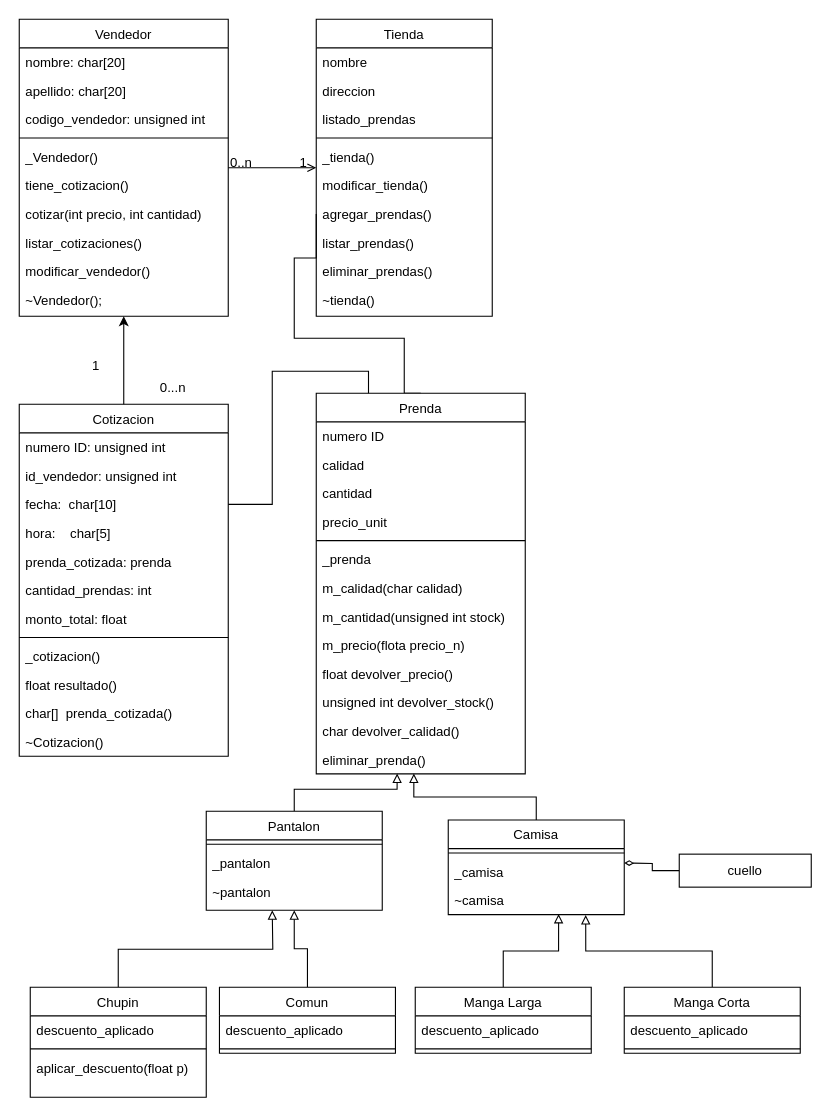
Santira243/PracticaQuark keeps this draw.io diagram as Diagrama_Clases.drawio. Above is the earlier version. Source tidied: cells renumbered, new cells numbered last; positions are measured from the earlier drawing's top-left corner, leaving out a move shared by most shapes. Both pictures are drawn from the tidied source at 110%, with x=0, y=0 at pixel (19, 19).
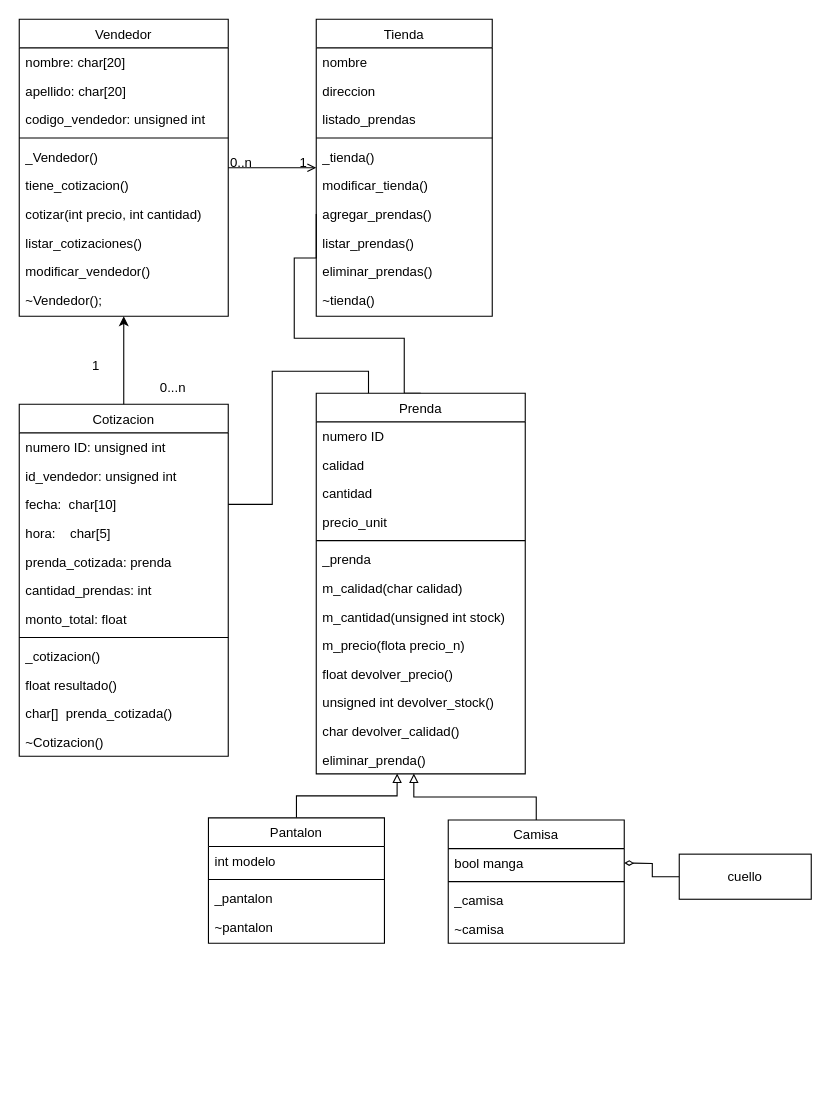
Above is the later version.

The edit, as a diff of the source:
```diff
@@
     <mxCell id="58" value="Pantalon" style="swimlane;fontStyle=0;align=center;verticalAlign=top;horizontal=1;startSize=26;rounded=0;shadow=0;strokeWidth=1;" parent="1" vertex="1">
-      <mxGeometry x="170" y="720" width="160" height="90" as="geometry" />
+      <mxGeometry x="172" y="726" width="160" height="114" as="geometry" />
     </mxCell>
+    <mxCell id="88" value="int modelo" style="text;align=left;verticalAlign=top;spacingLeft=4;spacingRight=4;overflow=hidden;rounded=0;shadow=0;html=0;" parent="58" vertex="1">
+      <mxGeometry y="26" width="160" height="26" as="geometry" />
+    </mxCell>
     <mxCell id="59" style="line;html=1;strokeWidth=1;align=left;verticalAlign=middle;spacingTop=-1;spacingLeft=3;spacingRight=3;labelPosition=right;" parent="58" vertex="1">
-      <mxGeometry y="26" width="160" height="8" as="geometry" />
+      <mxGeometry y="52" width="160" height="8" as="geometry" />
     </mxCell>
     <mxCell id="60" value="_pantalon" style="text;align=left;verticalAlign=top;spacingLeft=4;spacingRight=4;overflow=hidden;rounded=0;shadow=0;html=0;" parent="58" vertex="1">
-      <mxGeometry y="34" width="160" height="26" as="geometry" />
+      <mxGeometry y="60" width="160" height="26" as="geometry" />
     </mxCell>
     <mxCell id="61" value="~pantalon" style="text;align=left;verticalAlign=top;spacingLeft=4;spacingRight=4;overflow=hidden;rounded=0;shadow=0;html=0;" parent="58" vertex="1">
-      <mxGeometry y="60" width="160" height="26" as="geometry" />
+      <mxGeometry y="86" width="160" height="26" as="geometry" />
     </mxCell>
@@
     <mxCell id="63" value="Camisa" style="swimlane;fontStyle=0;align=center;verticalAlign=top;horizontal=1;startSize=26;rounded=0;shadow=0;strokeWidth=1;" parent="1" vertex="1">
-      <mxGeometry x="390" y="728" width="160" height="86" as="geometry" />
+      <mxGeometry x="390" y="728" width="160" height="112" as="geometry" />
     </mxCell>
+    <mxCell id="89" value="bool manga" style="text;align=left;verticalAlign=top;spacingLeft=4;spacingRight=4;overflow=hidden;rounded=0;shadow=0;html=0;" parent="63" vertex="1">
+      <mxGeometry y="26" width="160" height="26" as="geometry" />
+    </mxCell>
     <mxCell id="64" style="line;html=1;strokeWidth=1;align=left;verticalAlign=middle;spacingTop=-1;spacingLeft=3;spacingRight=3;labelPosition=right;" parent="63" vertex="1">
-      <mxGeometry y="26" width="160" height="8" as="geometry" />
+      <mxGeometry y="52" width="160" height="8" as="geometry" />
     </mxCell>
     <mxCell id="65" value="_camisa" style="text;align=left;verticalAlign=top;spacingLeft=4;spacingRight=4;overflow=hidden;rounded=0;shadow=0;html=0;" parent="63" vertex="1">
-      <mxGeometry y="34" width="160" height="26" as="geometry" />
+      <mxGeometry y="60" width="160" height="26" as="geometry" />
     </mxCell>
     <mxCell id="66" value="~camisa" style="text;align=left;verticalAlign=top;spacingLeft=4;spacingRight=4;overflow=hidden;points=[[0,0.5],[1,0.5]];portConstraint=eastwest;rounded=0;shadow=0;html=0;" parent="63" vertex="1">
-      <mxGeometry y="60" width="160" height="26" as="geometry" />
+      <mxGeometry y="86" width="160" height="26" as="geometry" />
     </mxCell>
@@
     <mxCell id="70" value="cuello" style="rounded=0;whiteSpace=wrap;html=1;" parent="1" vertex="1">
-      <mxGeometry x="600" y="759" width="120" height="30" as="geometry" />
+      <mxGeometry x="600" y="759" width="120" height="41" as="geometry" />
     </mxCell>
-    <mxCell id="71" style="edgeStyle=orthogonalEdgeStyle;rounded=0;jettySize=auto;html=1;exitX=0.5;exitY=0;exitDx=0;exitDy=0;endArrow=block;endFill=0;" parent="1" edge="1" source="72">
-      <mxGeometry relative="1" as="geometry">
-        <mxPoint x="230" y="810" as="targetPoint" />
-      </mxGeometry>
-    </mxCell>
-    <mxCell id="72" value="Chupin" style="swimlane;fontStyle=0;align=center;verticalAlign=top;horizontal=1;startSize=26;rounded=0;shadow=0;strokeWidth=1;" parent="1" vertex="1">
-      <mxGeometry x="10" y="880" width="160" height="100" as="geometry" />
-    </mxCell>
-    <mxCell id="73" value="descuento_aplicado" style="text;align=left;verticalAlign=top;spacingLeft=4;spacingRight=4;overflow=hidden;rounded=0;shadow=0;html=0;" parent="72" vertex="1">
-      <mxGeometry y="26" width="160" height="26" as="geometry" />
-    </mxCell>
-    <mxCell id="74" style="line;html=1;strokeWidth=1;align=left;verticalAlign=middle;spacingTop=-1;spacingLeft=3;spacingRight=3;labelPosition=right;" parent="72" vertex="1">
-      <mxGeometry y="52" width="160" height="8" as="geometry" />
-    </mxCell>
-    <mxCell id="75" value="aplicar_descuento(float p)" style="text;align=left;verticalAlign=top;spacingLeft=4;spacingRight=4;overflow=hidden;rounded=0;shadow=0;html=0;" parent="72" vertex="1">
-      <mxGeometry y="60" width="160" height="26" as="geometry" />
-    </mxCell>
-    <mxCell id="76" style="edgeStyle=orthogonalEdgeStyle;rounded=0;jettySize=auto;html=1;exitX=0.5;exitY=0;exitDx=0;exitDy=0;entryX=0.5;entryY=1;entryDx=0;entryDy=0;endArrow=block;endFill=0;" parent="1" edge="1" source="77" target="58">
-      <mxGeometry relative="1" as="geometry" />
-    </mxCell>
-    <mxCell id="77" value="Comun" style="swimlane;fontStyle=0;align=center;verticalAlign=top;horizontal=1;startSize=26;rounded=0;shadow=0;strokeWidth=1;" parent="1" vertex="1">
-      <mxGeometry x="182" y="880" width="160" height="60" as="geometry" />
-    </mxCell>
-    <mxCell id="78" value="descuento_aplicado" style="text;align=left;verticalAlign=top;spacingLeft=4;spacingRight=4;overflow=hidden;rounded=0;shadow=0;html=0;" parent="77" vertex="1">
-      <mxGeometry y="26" width="160" height="26" as="geometry" />
-    </mxCell>
-    <mxCell id="79" style="line;html=1;strokeWidth=1;align=left;verticalAlign=middle;spacingTop=-1;spacingLeft=3;spacingRight=3;labelPosition=right;" parent="77" vertex="1">
-      <mxGeometry y="52" width="160" height="8" as="geometry" />
-    </mxCell>
-    <mxCell id="80" style="edgeStyle=orthogonalEdgeStyle;rounded=0;jettySize=auto;html=1;exitX=0.5;exitY=0;exitDx=0;exitDy=0;entryX=0.627;entryY=0.975;entryDx=0;entryDy=0;entryPerimeter=0;endArrow=block;endFill=0;" parent="1" edge="1" source="81" target="66">
-      <mxGeometry relative="1" as="geometry" />
-    </mxCell>
-    <mxCell id="81" value="Manga Larga" style="swimlane;fontStyle=0;align=center;verticalAlign=top;horizontal=1;startSize=26;rounded=0;shadow=0;strokeWidth=1;" parent="1" vertex="1">
-      <mxGeometry x="360" y="880" width="160" height="60" as="geometry" />
-    </mxCell>
-    <mxCell id="82" value="descuento_aplicado" style="text;align=left;verticalAlign=top;spacingLeft=4;spacingRight=4;overflow=hidden;rounded=0;shadow=0;html=0;" parent="81" vertex="1">
-      <mxGeometry y="26" width="160" height="26" as="geometry" />
-    </mxCell>
-    <mxCell id="83" style="line;html=1;strokeWidth=1;align=left;verticalAlign=middle;spacingTop=-1;spacingLeft=3;spacingRight=3;labelPosition=right;" parent="81" vertex="1">
-      <mxGeometry y="52" width="160" height="8" as="geometry" />
-    </mxCell>
-    <mxCell id="84" style="edgeStyle=orthogonalEdgeStyle;rounded=0;jettySize=auto;html=1;entryX=0.781;entryY=1.016;entryDx=0;entryDy=0;entryPerimeter=0;endArrow=block;endFill=0;" parent="1" edge="1" source="85" target="66">
-      <mxGeometry relative="1" as="geometry" />
-    </mxCell>
-    <mxCell id="85" value="Manga Corta" style="swimlane;fontStyle=0;align=center;verticalAlign=top;horizontal=1;startSize=26;rounded=0;shadow=0;strokeWidth=1;" parent="1" vertex="1">
-      <mxGeometry x="550" y="880" width="160" height="60" as="geometry" />
-    </mxCell>
-    <mxCell id="86" value="descuento_aplicado" style="text;align=left;verticalAlign=top;spacingLeft=4;spacingRight=4;overflow=hidden;rounded=0;shadow=0;html=0;" parent="85" vertex="1">
-      <mxGeometry y="26" width="160" height="26" as="geometry" />
-    </mxCell>
-    <mxCell id="87" style="line;html=1;strokeWidth=1;align=left;verticalAlign=middle;spacingTop=-1;spacingLeft=3;spacingRight=3;labelPosition=right;" parent="85" vertex="1">
-      <mxGeometry y="52" width="160" height="8" as="geometry" />
-    </mxCell>
```
